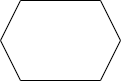
The draw.io diagram diagrams/diagramme-classe.drawio.png in HananeOubaha/Maroc-Explore-2, before a commit. Source tidied: cells renumbered, new cells last; positions are measured from the earlier drawing's top-left corner, leaving out a move shared by most shapes.
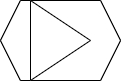
The same diagram one commit later.

Commit message:
Gestion des Destinations

Diff of the diagram source:
```diff
@@ -5,5 +5,11 @@
     <mxCell id="2" style="shape=hexagon;perimeter=hexagonPerimeter2;whiteSpace=wrap;html=1;fixedSize=1;" parent="1" vertex="1">
       <mxGeometry width="120" height="80" as="geometry" />
     </mxCell>
+    <mxCell id="3" style="shape=hexagon;perimeter=hexagonPerimeter2;whiteSpace=wrap;html=1;fixedSize=1;" parent="1" vertex="1">
+      <mxGeometry width="120" height="80" as="geometry" />
+    </mxCell>
+    <mxCell id="4" style="triangle;whiteSpace=wrap;html=1;" parent="1" vertex="1">
+      <mxGeometry x="30" width="60" height="80" as="geometry" />
+    </mxCell>
   </root>
 </mxGraphModel>
```
